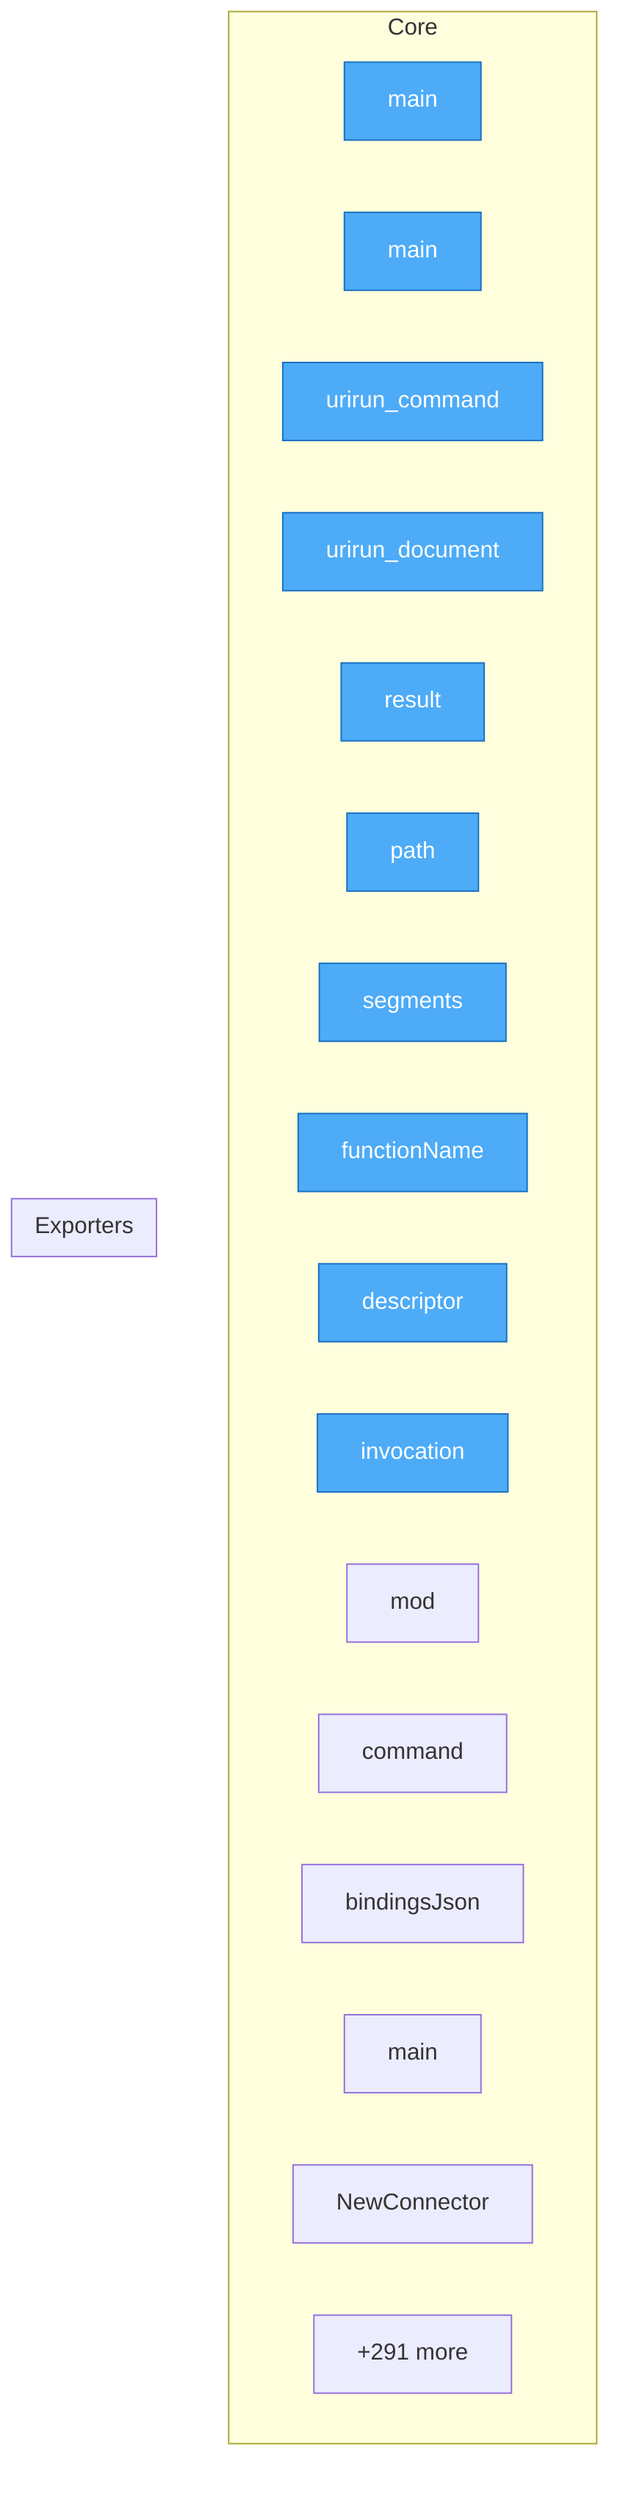
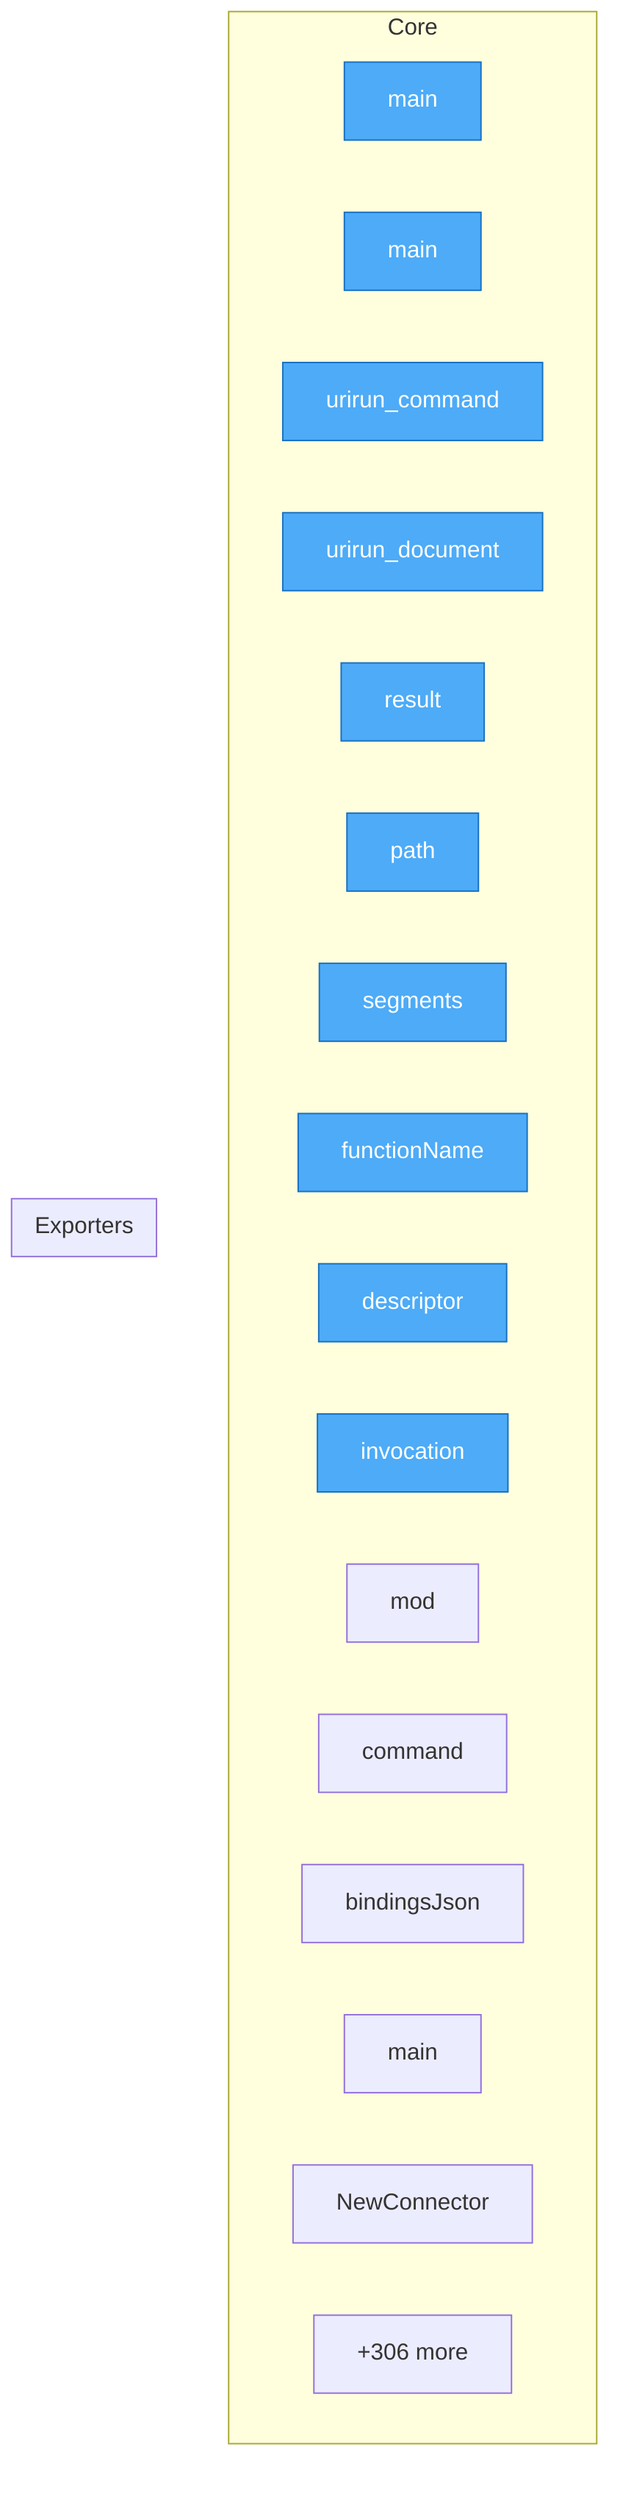
flowchart TD
%% generated in 0.02s

    %% Entry points (blue)
    classDef entry fill:#4dabf7,stroke:#1971c2,color:#fff

    subgraph Core
        adapters__conformance__main["main"]
        adapters__new_connector__main["main"]
        adapters__bash__urirun__urirun_command["urirun_command"]
        adapters__bash__urirun__urirun_document["urirun_document"]
        adapters__js__index__test__result["result"]
        adapters__js__path["path"]
        adapters__js__segments["segments"]
        adapters__js__functionName["functionName"]
        adapters__js__descriptor["descriptor"]
        adapters__js__invocation["invocation"]
        adapters__js__mod["mod"]
        adapters__java__Urirun__Urirun__command["command"]
        adapters__java__Urirun__Urirun__bindingsJson["bindingsJson"]
        adapters__java__example__HashConnector__HashConnector__main["main"]
        adapters__go__urirun__NewConnector["NewConnector"]
-         ...["+291 more"]
+         ...["+306 more"]
    end

    subgraph Exporters
    end

    class adapters__conformance__main,adapters__new_connector__main,adapters__bash__urirun__urirun_command,adapters__bash__urirun__urirun_document,adapters__js__index__test__result,adapters__js__path,adapters__js__segments,adapters__js__functionName,adapters__js__descriptor,adapters__js__invocation entry
